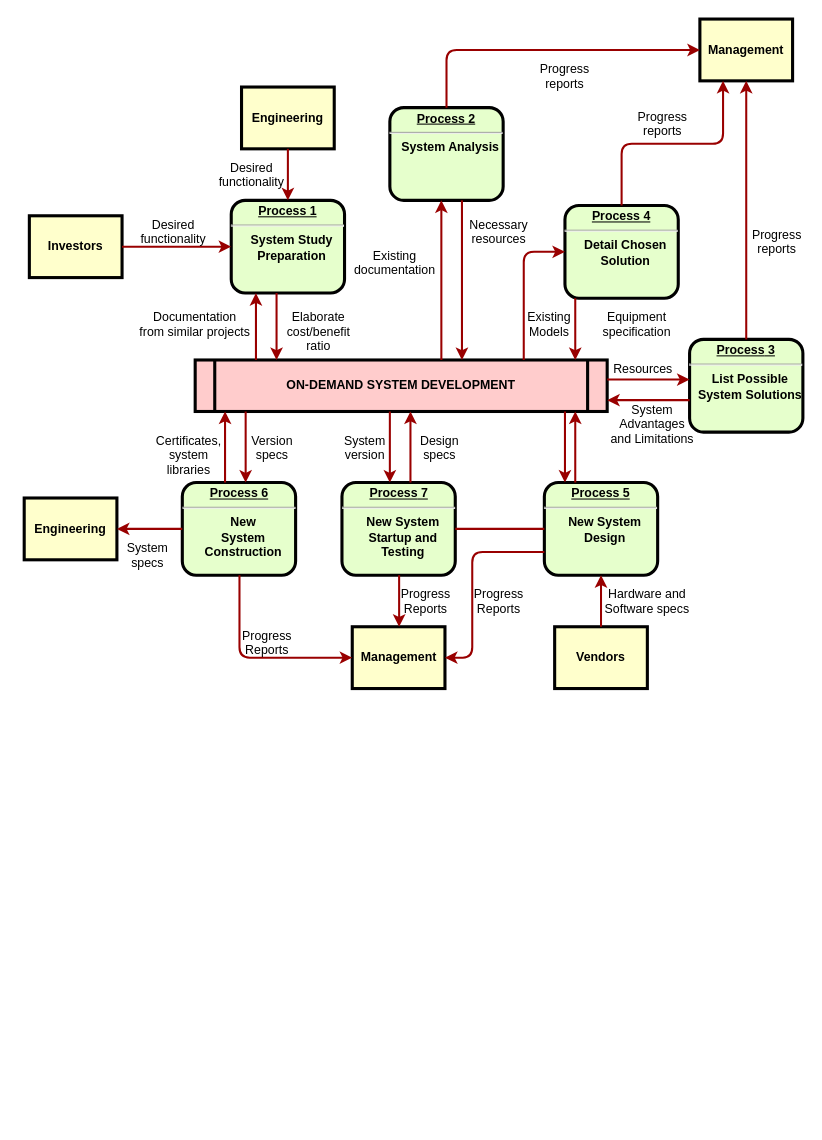
hanj0415/draw.io keeps this draw.io diagram as giosis.drawio. Above is the earlier version. Source tidied: cells renumbered, new cells numbered last; positions are measured from the earlier drawing's top-left corner, leaving out a move shared by most shapes. Both pictures are drawn from the tidied source at 103%, with x=0, y=0 at pixel (24, 19).
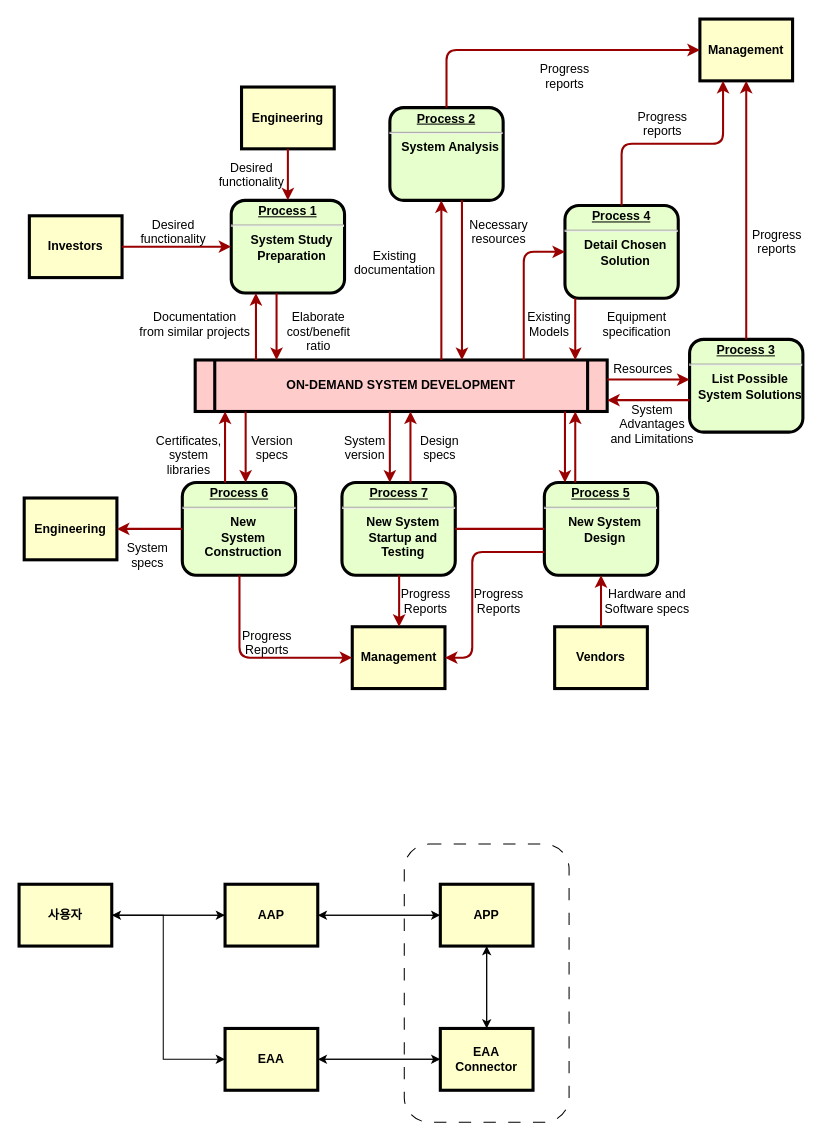
The same diagram, later.

The edit, as a diff of the source:
```diff
@@
+    <mxCell id="63" style="rounded=1;whiteSpace=wrap;html=1;fillColor=none;dashed=1;dashPattern=12 12;" parent="1" vertex="1">
+      <mxGeometry x="369" y="801" width="160" height="270" as="geometry" />
+    </mxCell>
@@
+    <mxCell id="64" style="edgeStyle=orthogonalEdgeStyle;rounded=0;jettySize=auto;html=1;" parent="1" edge="1" source="66" target="69">
+      <mxGeometry relative="1" as="geometry" />
+    </mxCell>
+    <mxCell id="65" style="edgeStyle=orthogonalEdgeStyle;rounded=0;jettySize=auto;html=1;entryX=0;entryY=0.5;entryDx=0;entryDy=0;" parent="1" edge="1" source="66" target="71">
+      <mxGeometry relative="1" as="geometry">
+        <Array as="points">
+          <mxPoint x="135" y="870" />
+          <mxPoint x="135" y="1010" />
+        </Array>
+      </mxGeometry>
+    </mxCell>
+    <mxCell id="66" value="사용자" style="whiteSpace=wrap;align=center;verticalAlign=middle;fontStyle=1;strokeWidth=3;fillColor=#FFFFCC;" parent="1" vertex="1">
+      <mxGeometry x="-5" y="840" width="90" height="60" as="geometry" />
+    </mxCell>
+    <mxCell id="67" style="edgeStyle=orthogonalEdgeStyle;rounded=0;jettySize=auto;html=1;" parent="1" edge="1" source="69" target="66">
+      <mxGeometry relative="1" as="geometry" />
+    </mxCell>
+    <mxCell id="68" style="edgeStyle=orthogonalEdgeStyle;rounded=0;jettySize=auto;html=1;" parent="1" edge="1" source="69" target="77">
+      <mxGeometry relative="1" as="geometry" />
+    </mxCell>
+    <mxCell id="69" value="AAP" style="whiteSpace=wrap;align=center;verticalAlign=middle;fontStyle=1;strokeWidth=3;fillColor=#FFFFCC;" parent="1" vertex="1">
+      <mxGeometry x="195" y="840" width="90" height="60" as="geometry" />
+    </mxCell>
+    <mxCell id="70" style="edgeStyle=orthogonalEdgeStyle;rounded=0;jettySize=auto;html=1;" parent="1" edge="1" source="71" target="74">
+      <mxGeometry relative="1" as="geometry" />
+    </mxCell>
+    <mxCell id="71" value="EAA" style="whiteSpace=wrap;align=center;verticalAlign=middle;fontStyle=1;strokeWidth=3;fillColor=#FFFFCC;" parent="1" vertex="1">
+      <mxGeometry x="195" y="980" width="90" height="60" as="geometry" />
+    </mxCell>
+    <mxCell id="72" style="edgeStyle=orthogonalEdgeStyle;rounded=0;jettySize=auto;html=1;" parent="1" edge="1" source="74" target="71">
+      <mxGeometry relative="1" as="geometry" />
+    </mxCell>
+    <mxCell id="73" style="edgeStyle=orthogonalEdgeStyle;rounded=0;jettySize=auto;html=1;" parent="1" edge="1" source="74" target="77">
+      <mxGeometry relative="1" as="geometry" />
+    </mxCell>
+    <mxCell id="74" value="EAA&#10;Connector" style="whiteSpace=wrap;align=center;verticalAlign=middle;fontStyle=1;strokeWidth=3;fillColor=#FFFFCC;" parent="1" vertex="1">
+      <mxGeometry x="404" y="980" width="90" height="60" as="geometry" />
+    </mxCell>
+    <mxCell id="75" style="edgeStyle=orthogonalEdgeStyle;rounded=0;jettySize=auto;html=1;" parent="1" edge="1" source="77">
+      <mxGeometry relative="1" as="geometry">
+        <mxPoint x="449" y="980" as="targetPoint" />
+      </mxGeometry>
+    </mxCell>
+    <mxCell id="76" style="edgeStyle=orthogonalEdgeStyle;rounded=0;jettySize=auto;html=1;entryX=1;entryY=0.5;entryDx=0;entryDy=0;" parent="1" edge="1" source="77" target="69">
+      <mxGeometry relative="1" as="geometry" />
+    </mxCell>
+    <mxCell id="77" value="APP" style="whiteSpace=wrap;align=center;verticalAlign=middle;fontStyle=1;strokeWidth=3;fillColor=#FFFFCC;" parent="1" vertex="1">
+      <mxGeometry x="404" y="840" width="90" height="60" as="geometry" />
+    </mxCell>
```
